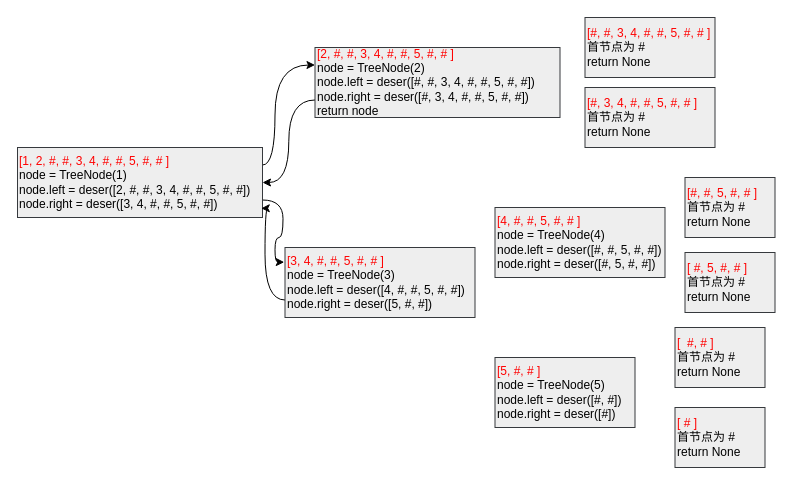
This is 序列化二叉树.drawio from BaiRuic/test, a draw.io file, before an edit. Source tidied: cells renumbered, new cells numbered last; positions are measured from the earlier drawing's top-left corner, leaving out a move shared by most shapes. Both pictures are drawn from the tidied source at 100%, with x=0, y=0 at pixel (17, 17).
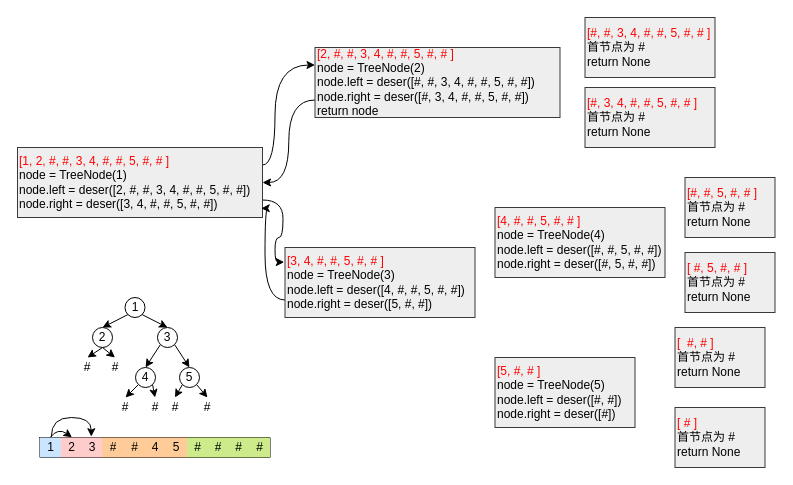
After the change.

Commit message:
更新序列化二叉树.drawio

The edit, as a diff of the source:
```diff
@@
+    <mxCell id="17" style="rounded=0;jettySize=auto;html=1;exitX=0;exitY=1;exitDx=0;exitDy=0;entryX=0.5;entryY=0;entryDx=0;entryDy=0;" parent="1" edge="1" source="19" target="22">
+      <mxGeometry relative="1" as="geometry" />
+    </mxCell>
+    <mxCell id="18" style="rounded=0;jettySize=auto;html=1;exitX=1;exitY=1;exitDx=0;exitDy=0;entryX=0.5;entryY=0;entryDx=0;entryDy=0;" parent="1" edge="1" source="19" target="25">
+      <mxGeometry relative="1" as="geometry" />
+    </mxCell>
+    <mxCell id="19" value="1" style="ellipse;whiteSpace=wrap;html=1;" parent="1" vertex="1">
+      <mxGeometry x="107.5" y="280" width="20" height="20" as="geometry" />
+    </mxCell>
+    <mxCell id="20" style="edgeStyle=none;rounded=0;jettySize=auto;html=1;exitX=0.5;exitY=1;exitDx=0;exitDy=0;entryX=0.5;entryY=0;entryDx=0;entryDy=0;" parent="1" edge="1" source="22" target="26">
+      <mxGeometry relative="1" as="geometry" />
+    </mxCell>
+    <mxCell id="21" style="edgeStyle=none;rounded=0;jettySize=auto;html=1;exitX=0.5;exitY=1;exitDx=0;exitDy=0;entryX=0.5;entryY=0;entryDx=0;entryDy=0;" parent="1" edge="1" source="22" target="27">
+      <mxGeometry relative="1" as="geometry" />
+    </mxCell>
+    <mxCell id="22" value="2" style="ellipse;whiteSpace=wrap;html=1;" parent="1" vertex="1">
+      <mxGeometry x="75" y="310" width="20" height="20" as="geometry" />
+    </mxCell>
+    <mxCell id="23" style="edgeStyle=none;rounded=0;jettySize=auto;html=1;exitX=0;exitY=1;exitDx=0;exitDy=0;entryX=0.5;entryY=0;entryDx=0;entryDy=0;" parent="1" edge="1" source="25" target="30">
+      <mxGeometry relative="1" as="geometry" />
+    </mxCell>
+    <mxCell id="24" style="edgeStyle=none;rounded=0;jettySize=auto;html=1;exitX=1;exitY=1;exitDx=0;exitDy=0;entryX=0.5;entryY=0;entryDx=0;entryDy=0;" parent="1" edge="1" source="25" target="33">
+      <mxGeometry relative="1" as="geometry" />
+    </mxCell>
+    <mxCell id="25" value="3" style="ellipse;whiteSpace=wrap;html=1;" parent="1" vertex="1">
+      <mxGeometry x="140" y="310" width="20" height="20" as="geometry" />
+    </mxCell>
+    <mxCell id="26" value="#" style="text;html=1;strokeColor=none;fillColor=none;align=center;verticalAlign=middle;whiteSpace=wrap;rounded=0;" parent="1" vertex="1">
+      <mxGeometry x="60" y="340" width="20" height="20" as="geometry" />
+    </mxCell>
+    <mxCell id="27" value="#" style="text;html=1;strokeColor=none;fillColor=none;align=center;verticalAlign=middle;whiteSpace=wrap;rounded=0;" parent="1" vertex="1">
+      <mxGeometry x="87.5" y="340" width="20" height="20" as="geometry" />
+    </mxCell>
+    <mxCell id="28" style="edgeStyle=none;rounded=0;jettySize=auto;html=1;exitX=0;exitY=1;exitDx=0;exitDy=0;entryX=0.5;entryY=0;entryDx=0;entryDy=0;" parent="1" edge="1" source="30" target="34">
+      <mxGeometry relative="1" as="geometry" />
+    </mxCell>
+    <mxCell id="29" style="edgeStyle=none;rounded=0;jettySize=auto;html=1;exitX=1;exitY=1;exitDx=0;exitDy=0;entryX=0.5;entryY=0;entryDx=0;entryDy=0;" parent="1" edge="1" source="30" target="35">
+      <mxGeometry relative="1" as="geometry" />
+    </mxCell>
+    <mxCell id="30" value="4" style="ellipse;whiteSpace=wrap;html=1;" parent="1" vertex="1">
+      <mxGeometry x="118" y="350" width="20" height="20" as="geometry" />
+    </mxCell>
+    <mxCell id="31" style="edgeStyle=none;rounded=0;jettySize=auto;html=1;exitX=0;exitY=1;exitDx=0;exitDy=0;entryX=0.5;entryY=0;entryDx=0;entryDy=0;" parent="1" edge="1" source="33" target="36">
+      <mxGeometry relative="1" as="geometry" />
+    </mxCell>
+    <mxCell id="32" style="edgeStyle=none;rounded=0;jettySize=auto;html=1;exitX=1;exitY=1;exitDx=0;exitDy=0;entryX=0.5;entryY=0;entryDx=0;entryDy=0;" parent="1" edge="1" source="33" target="37">
+      <mxGeometry relative="1" as="geometry" />
+    </mxCell>
+    <mxCell id="33" value="5" style="ellipse;whiteSpace=wrap;html=1;" parent="1" vertex="1">
+      <mxGeometry x="162" y="350" width="20" height="20" as="geometry" />
+    </mxCell>
+    <mxCell id="34" value="#" style="text;html=1;strokeColor=none;fillColor=none;align=center;verticalAlign=middle;whiteSpace=wrap;rounded=0;" parent="1" vertex="1">
+      <mxGeometry x="98" y="380" width="20" height="20" as="geometry" />
+    </mxCell>
+    <mxCell id="35" value="#" style="text;html=1;strokeColor=none;fillColor=none;align=center;verticalAlign=middle;whiteSpace=wrap;rounded=0;" parent="1" vertex="1">
+      <mxGeometry x="127.5" y="380" width="20" height="20" as="geometry" />
+    </mxCell>
+    <mxCell id="36" value="#" style="text;html=1;strokeColor=none;fillColor=none;align=center;verticalAlign=middle;whiteSpace=wrap;rounded=0;" parent="1" vertex="1">
+      <mxGeometry x="147.5" y="380" width="20" height="20" as="geometry" />
+    </mxCell>
+    <mxCell id="37" value="#" style="text;html=1;strokeColor=none;fillColor=none;align=center;verticalAlign=middle;whiteSpace=wrap;rounded=0;" parent="1" vertex="1">
+      <mxGeometry x="180" y="380" width="20" height="20" as="geometry" />
+    </mxCell>
+    <mxCell id="38" style="shape=table;html=1;whiteSpace=wrap;startSize=0;childLayout=tableLayout;" parent="1" vertex="1">
+      <mxGeometry x="22.5" y="420" width="230" height="20" as="geometry" />
+    </mxCell>
+    <mxCell id="39" style="shape=partialRectangle;html=1;whiteSpace=wrap;fillColor=none;top=0;left=0;bottom=0;right=0;points=[[0,0.5],[1,0.5]];portConstraint=eastwest;" parent="38" vertex="1">
+      <mxGeometry width="230" height="20" as="geometry" />
+    </mxCell>
+    <mxCell id="40" value="1" style="shape=partialRectangle;html=1;whiteSpace=wrap;overflow=hidden;fillColor=#cce5ff;top=0;left=0;bottom=0;right=0;strokeColor=#36393d;" parent="39" vertex="1">
+      <mxGeometry width="21" height="20" as="geometry" />
+    </mxCell>
+    <mxCell id="41" value="2" style="shape=partialRectangle;html=1;whiteSpace=wrap;overflow=hidden;fillColor=#ffcccc;top=0;left=0;bottom=0;right=0;strokeColor=#36393d;" parent="39" vertex="1">
+      <mxGeometry x="21" width="21" height="20" as="geometry" />
+    </mxCell>
+    <mxCell id="42" value="3" style="shape=partialRectangle;html=1;whiteSpace=wrap;overflow=hidden;fillColor=#ffcccc;top=0;left=0;bottom=0;right=0;strokeColor=#36393d;" parent="39" vertex="1">
+      <mxGeometry x="42" width="20" height="20" as="geometry" />
+    </mxCell>
+    <mxCell id="43" value="#" style="shape=partialRectangle;html=1;whiteSpace=wrap;overflow=hidden;fillColor=#ffcc99;top=0;left=0;bottom=0;right=0;strokeColor=#36393d;" parent="39" vertex="1">
+      <mxGeometry x="62" width="22" height="20" as="geometry" />
+    </mxCell>
+    <mxCell id="44" value="#" style="shape=partialRectangle;html=1;whiteSpace=wrap;overflow=hidden;fillColor=#ffcc99;top=0;left=0;bottom=0;right=0;strokeColor=#36393d;" parent="39" vertex="1">
+      <mxGeometry x="84" width="21" height="20" as="geometry" />
+    </mxCell>
+    <mxCell id="45" value="4" style="shape=partialRectangle;html=1;whiteSpace=wrap;overflow=hidden;fillColor=#ffcc99;top=0;left=0;bottom=0;right=0;strokeColor=#36393d;" parent="39" vertex="1">
+      <mxGeometry x="105" width="20" height="20" as="geometry" />
+    </mxCell>
+    <mxCell id="46" value="5" style="shape=partialRectangle;html=1;whiteSpace=wrap;overflow=hidden;fillColor=#ffcc99;top=0;left=0;bottom=0;right=0;strokeColor=#36393d;" parent="39" vertex="1">
+      <mxGeometry x="125" width="22" height="20" as="geometry" />
+    </mxCell>
+    <mxCell id="47" value="#" style="shape=partialRectangle;html=1;whiteSpace=wrap;overflow=hidden;fillColor=#cdeb8b;top=0;left=0;bottom=0;right=0;strokeColor=#36393d;" parent="39" vertex="1">
+      <mxGeometry x="147" width="21" height="20" as="geometry" />
+    </mxCell>
+    <mxCell id="48" value="#" style="shape=partialRectangle;html=1;whiteSpace=wrap;overflow=hidden;fillColor=#cdeb8b;top=0;left=0;bottom=0;right=0;strokeColor=#36393d;" parent="39" vertex="1">
+      <mxGeometry x="168" width="20" height="20" as="geometry" />
+    </mxCell>
+    <mxCell id="49" value="#" style="shape=partialRectangle;html=1;whiteSpace=wrap;overflow=hidden;fillColor=#cdeb8b;top=0;left=0;bottom=0;right=0;strokeColor=#36393d;" parent="39" vertex="1">
+      <mxGeometry x="188" width="21" height="20" as="geometry" />
+    </mxCell>
+    <mxCell id="50" value="#" style="shape=partialRectangle;html=1;whiteSpace=wrap;overflow=hidden;fillColor=#cdeb8b;top=0;left=0;bottom=0;right=0;strokeColor=#36393d;" parent="39" vertex="1">
+      <mxGeometry x="209" width="21" height="20" as="geometry" />
+    </mxCell>
+    <mxCell id="51" style="curved=1;endArrow=classic;html=1;exitX=0.045;exitY=-0.012;exitDx=0;exitDy=0;exitPerimeter=0;entryX=0.139;entryY=-0.012;entryDx=0;entryDy=0;entryPerimeter=0;edgeStyle=orthogonalEdgeStyle;" parent="38" edge="1" source="39" target="39">
+      <mxGeometry relative="1" as="geometry">
+        <Array as="points">
+          <mxPoint x="18" y="-10" />
+        </Array>
+      </mxGeometry>
+    </mxCell>
+    <mxCell id="52" style="curved=1;endArrow=classic;html=1;exitX=0.049;exitY=-0.031;exitDx=0;exitDy=0;exitPerimeter=0;entryX=0.223;entryY=-0.041;entryDx=0;entryDy=0;entryPerimeter=0;edgeStyle=orthogonalEdgeStyle;" parent="38" edge="1" source="39" target="39">
+      <mxGeometry relative="1" as="geometry">
+        <Array as="points">
+          <mxPoint x="11" y="-20" />
+          <mxPoint x="51" y="-20" />
+        </Array>
+      </mxGeometry>
+    </mxCell>
```
